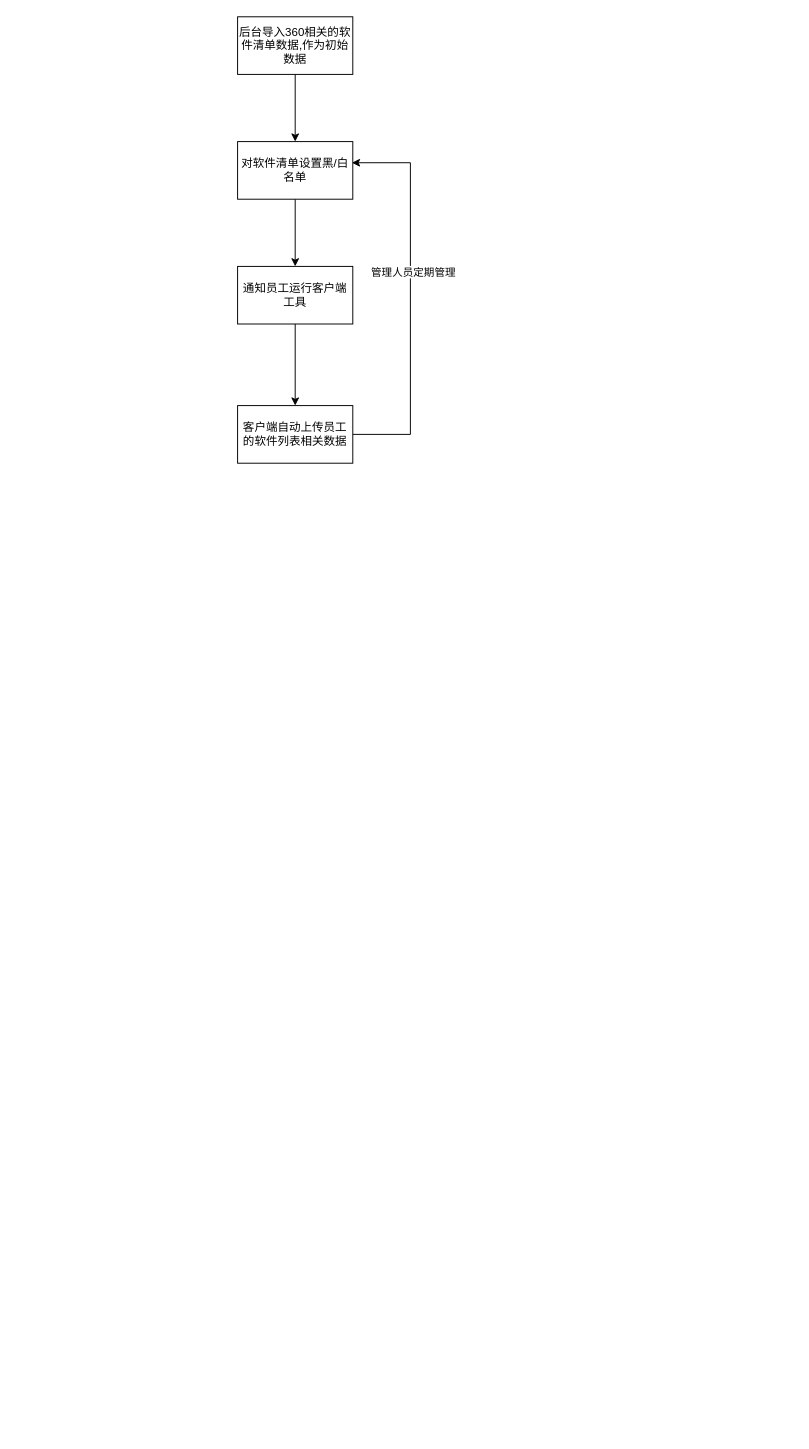
Before: page "第 6 页" (6 of 8) of 正版软件管理.drawio in mashifei/uml, a draw.io diagram. Source tidied: cells renumbered, new cells numbered last; positions are measured from the earlier drawing's top-left corner, leaving out a move shared by most shapes. Both pictures are drawn from the tidied source at 96%, with x=0, y=0 at pixel (237, 16).
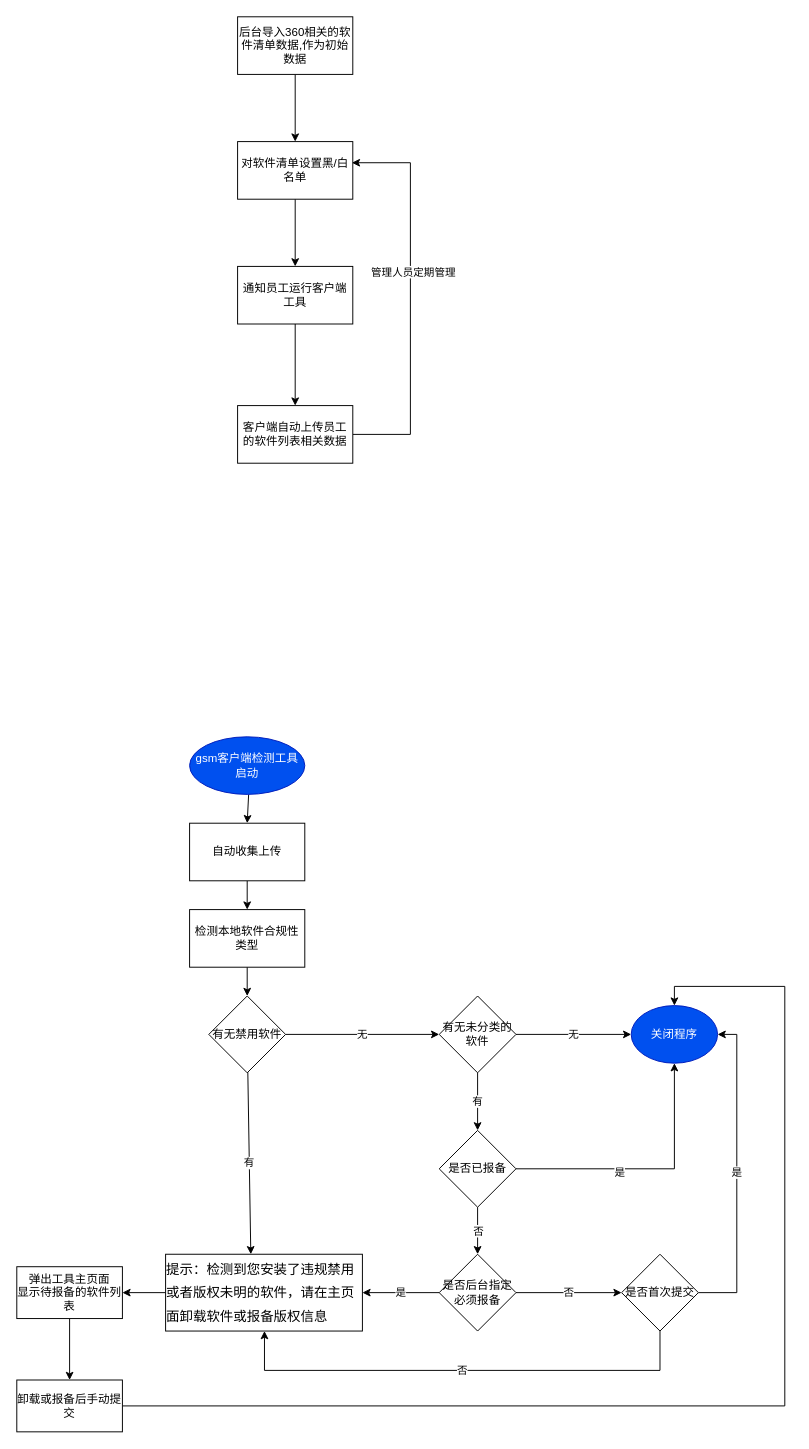
The same diagram, later.

The edit, as a diff of the source:
```diff
@@
+    <mxCell id="11" style="edgeStyle=none;rounded=0;jettySize=auto;html=1;endArrow=classic;endFill=1;fontColor=#000000;entryX=0.5;entryY=0;entryDx=0;entryDy=0;" parent="1" edge="1" source="12" target="27">
+      <mxGeometry relative="1" as="geometry" />
+    </mxCell>
+    <mxCell id="12" value="gsm客户端检测工具启动" style="ellipse;whiteSpace=wrap;html=1;rounded=1;shadow=0;glass=0;fontColor=#ffffff;align=center;fillColor=#0050ef;strokeColor=#001DBC;" parent="1" vertex="1">
+      <mxGeometry x="-50" y="750" width="120" height="60" as="geometry" />
+    </mxCell>
+    <mxCell id="13" style="edgeStyle=none;rounded=0;jettySize=auto;html=1;entryX=0.5;entryY=0;entryDx=0;entryDy=0;endArrow=classic;endFill=1;fontColor=#000000;" parent="1" edge="1" source="14" target="19">
+      <mxGeometry relative="1" as="geometry" />
+    </mxCell>
+    <mxCell id="14" value="检测本地软件合规性类型" style="rounded=0;whiteSpace=wrap;html=1;" parent="1" vertex="1">
+      <mxGeometry x="-50" y="930" width="120" height="60" as="geometry" />
+    </mxCell>
+    <mxCell id="15" style="edgeStyle=none;rounded=0;jettySize=auto;html=1;endArrow=classic;endFill=1;fontColor=#000000;exitX=0;exitY=0.5;exitDx=0;exitDy=0;entryX=1;entryY=0.5;entryDx=0;entryDy=0;" parent="1" edge="1" source="16" target="21">
+      <mxGeometry relative="1" as="geometry" />
+    </mxCell>
+    <mxCell id="16" value="&lt;div style=&quot;text-align: left ; line-height: 1.75 ; font-size: 14px&quot;&gt;提示：检测到您安装了违规禁用或者版权未明的软件，请在主页面卸载软件或报备版权信息&lt;/div&gt;" style="rounded=0;whiteSpace=wrap;html=1;" parent="1" vertex="1">
+      <mxGeometry x="-75" y="1289" width="205" height="80" as="geometry" />
+    </mxCell>
+    <mxCell id="17" value="有" style="rounded=0;jettySize=auto;html=1;entryX=0.433;entryY=0;entryDx=0;entryDy=0;entryPerimeter=0;endArrow=classic;endFill=1;" parent="1" edge="1" source="19" target="16">
+      <mxGeometry relative="1" as="geometry" />
+    </mxCell>
+    <mxCell id="18" value="无" style="edgeStyle=none;rounded=0;jettySize=auto;html=1;endArrow=classic;endFill=1;fontColor=#000000;" parent="1" edge="1" source="19">
+      <mxGeometry relative="1" as="geometry">
+        <mxPoint x="210" y="1060" as="targetPoint" />
+      </mxGeometry>
+    </mxCell>
+    <mxCell id="19" value="有无禁用软件" style="rhombus;whiteSpace=wrap;html=1;shadow=0;glass=1;align=center;" parent="1" vertex="1">
+      <mxGeometry x="-30" y="1020" width="80" height="80" as="geometry" />
+    </mxCell>
+    <mxCell id="20" style="edgeStyle=orthogonalEdgeStyle;rounded=0;jettySize=auto;html=1;entryX=0.5;entryY=0;entryDx=0;entryDy=0;endArrow=classic;endFill=1;fontColor=#000000;" parent="1" edge="1" source="21" target="39">
+      <mxGeometry relative="1" as="geometry" />
+    </mxCell>
+    <mxCell id="21" value="弹出工具主页面&lt;br&gt;显示待报备的软件列表" style="rounded=0;whiteSpace=wrap;html=1;" parent="1" vertex="1">
+      <mxGeometry x="-230" y="1302" width="110" height="54" as="geometry" />
+    </mxCell>
+    <mxCell id="22" value="无" style="edgeStyle=none;rounded=0;jettySize=auto;html=1;endArrow=classic;endFill=1;fontColor=#000000;entryX=0;entryY=0.5;entryDx=0;entryDy=0;" parent="1" edge="1" source="24" target="25">
+      <mxGeometry relative="1" as="geometry" />
+    </mxCell>
+    <mxCell id="23" value="有" style="edgeStyle=none;rounded=0;jettySize=auto;html=1;entryX=0.5;entryY=0;entryDx=0;entryDy=0;endArrow=classic;endFill=1;fontColor=#000000;" parent="1" edge="1" source="24" target="31">
+      <mxGeometry relative="1" as="geometry" />
+    </mxCell>
+    <mxCell id="24" value="有无未分类的软件" style="rhombus;whiteSpace=wrap;html=1;shadow=0;glass=1;align=center;" parent="1" vertex="1">
+      <mxGeometry x="210" y="1020" width="80" height="80" as="geometry" />
+    </mxCell>
+    <mxCell id="25" value="关闭程序" style="ellipse;whiteSpace=wrap;html=1;rounded=1;shadow=0;glass=0;fontColor=#ffffff;align=center;fillColor=#0050ef;strokeColor=#001DBC;" parent="1" vertex="1">
+      <mxGeometry x="410" y="1030" width="90" height="60" as="geometry" />
+    </mxCell>
+    <mxCell id="26" style="edgeStyle=none;rounded=0;jettySize=auto;html=1;entryX=0.5;entryY=0;entryDx=0;entryDy=0;endArrow=classic;endFill=1;fontColor=#000000;" parent="1" edge="1" source="27" target="14">
+      <mxGeometry relative="1" as="geometry" />
+    </mxCell>
+    <mxCell id="27" value="自动收集上传" style="rounded=0;whiteSpace=wrap;html=1;" parent="1" vertex="1">
+      <mxGeometry x="-50" y="840" width="120" height="60" as="geometry" />
+    </mxCell>
+    <mxCell id="28" style="edgeStyle=orthogonalEdgeStyle;rounded=0;jettySize=auto;html=1;entryX=0.5;entryY=1;entryDx=0;entryDy=0;endArrow=classic;endFill=1;fontColor=#000000;" parent="1" edge="1" source="31" target="25">
+      <mxGeometry relative="1" as="geometry" />
+    </mxCell>
+    <mxCell id="29" value="是" style="edgeLabel;html=1;align=center;verticalAlign=middle;fontColor=#000000;" parent="28" vertex="1">
+      <mxGeometry x="-0.22" y="-3" relative="1" as="geometry" />
+    </mxCell>
+    <mxCell id="30" value="否" style="edgeStyle=orthogonalEdgeStyle;rounded=0;jettySize=auto;html=1;endArrow=classic;endFill=1;fontColor=#000000;entryX=0.5;entryY=0;entryDx=0;entryDy=0;" parent="1" edge="1" source="31">
+      <mxGeometry relative="1" as="geometry">
+        <mxPoint x="250" y="1289" as="targetPoint" />
+      </mxGeometry>
+    </mxCell>
+    <mxCell id="31" value="是否已报备" style="rhombus;whiteSpace=wrap;html=1;shadow=0;glass=1;align=center;" parent="1" vertex="1">
+      <mxGeometry x="210" y="1160" width="80" height="80" as="geometry" />
+    </mxCell>
+    <mxCell id="32" value="是" style="edgeStyle=orthogonalEdgeStyle;rounded=0;jettySize=auto;html=1;entryX=1;entryY=0.5;entryDx=0;entryDy=0;endArrow=classic;endFill=1;fontColor=#000000;" parent="1" edge="1" source="34" target="16">
+      <mxGeometry relative="1" as="geometry" />
+    </mxCell>
+    <mxCell id="33" value="否" style="edgeStyle=orthogonalEdgeStyle;rounded=0;jettySize=auto;html=1;entryX=0;entryY=0.5;entryDx=0;entryDy=0;endArrow=classic;endFill=1;fontColor=#000000;" parent="1" edge="1" source="34" target="37">
+      <mxGeometry relative="1" as="geometry" />
+    </mxCell>
+    <mxCell id="34" value="&lt;span&gt;是否后台指定必须报备&lt;/span&gt;" style="rhombus;whiteSpace=wrap;html=1;shadow=0;glass=1;fontColor=#000000;align=center;" parent="1" vertex="1">
+      <mxGeometry x="210" y="1289" width="80" height="80" as="geometry" />
+    </mxCell>
+    <mxCell id="35" value="是" style="edgeStyle=orthogonalEdgeStyle;rounded=0;jettySize=auto;html=1;entryX=1;entryY=0.5;entryDx=0;entryDy=0;endArrow=classic;endFill=1;fontColor=#000000;" parent="1" edge="1" source="37" target="25">
+      <mxGeometry relative="1" as="geometry">
+        <Array as="points">
+          <mxPoint x="520" y="1329" />
+          <mxPoint x="520" y="1060" />
+        </Array>
+      </mxGeometry>
+    </mxCell>
+    <mxCell id="36" value="否" style="edgeStyle=orthogonalEdgeStyle;rounded=0;jettySize=auto;html=1;endArrow=classic;endFill=1;fontColor=#000000;" parent="1" edge="1" source="37">
+      <mxGeometry relative="1" as="geometry">
+        <mxPoint x="28" y="1369" as="targetPoint" />
+        <Array as="points">
+          <mxPoint x="440" y="1410" />
+          <mxPoint x="28" y="1410" />
+        </Array>
+      </mxGeometry>
+    </mxCell>
+    <mxCell id="37" value="&lt;span&gt;是否首次提交&lt;/span&gt;" style="rhombus;whiteSpace=wrap;html=1;shadow=0;glass=1;fontColor=#000000;align=center;" parent="1" vertex="1">
+      <mxGeometry x="400" y="1289" width="80" height="80" as="geometry" />
+    </mxCell>
+    <mxCell id="38" style="edgeStyle=orthogonalEdgeStyle;rounded=0;jettySize=auto;html=1;entryX=0.5;entryY=0;entryDx=0;entryDy=0;endArrow=classic;endFill=1;fontColor=#000000;" parent="1" edge="1" source="39" target="25">
+      <mxGeometry relative="1" as="geometry">
+        <Array as="points">
+          <mxPoint x="570" y="1447" />
+          <mxPoint x="570" y="1010" />
+          <mxPoint x="455" y="1010" />
+        </Array>
+      </mxGeometry>
+    </mxCell>
+    <mxCell id="39" value="卸载或报备后手动提交" style="rounded=0;whiteSpace=wrap;html=1;" parent="1" vertex="1">
+      <mxGeometry x="-230" y="1420" width="110" height="54" as="geometry" />
+    </mxCell>
```
